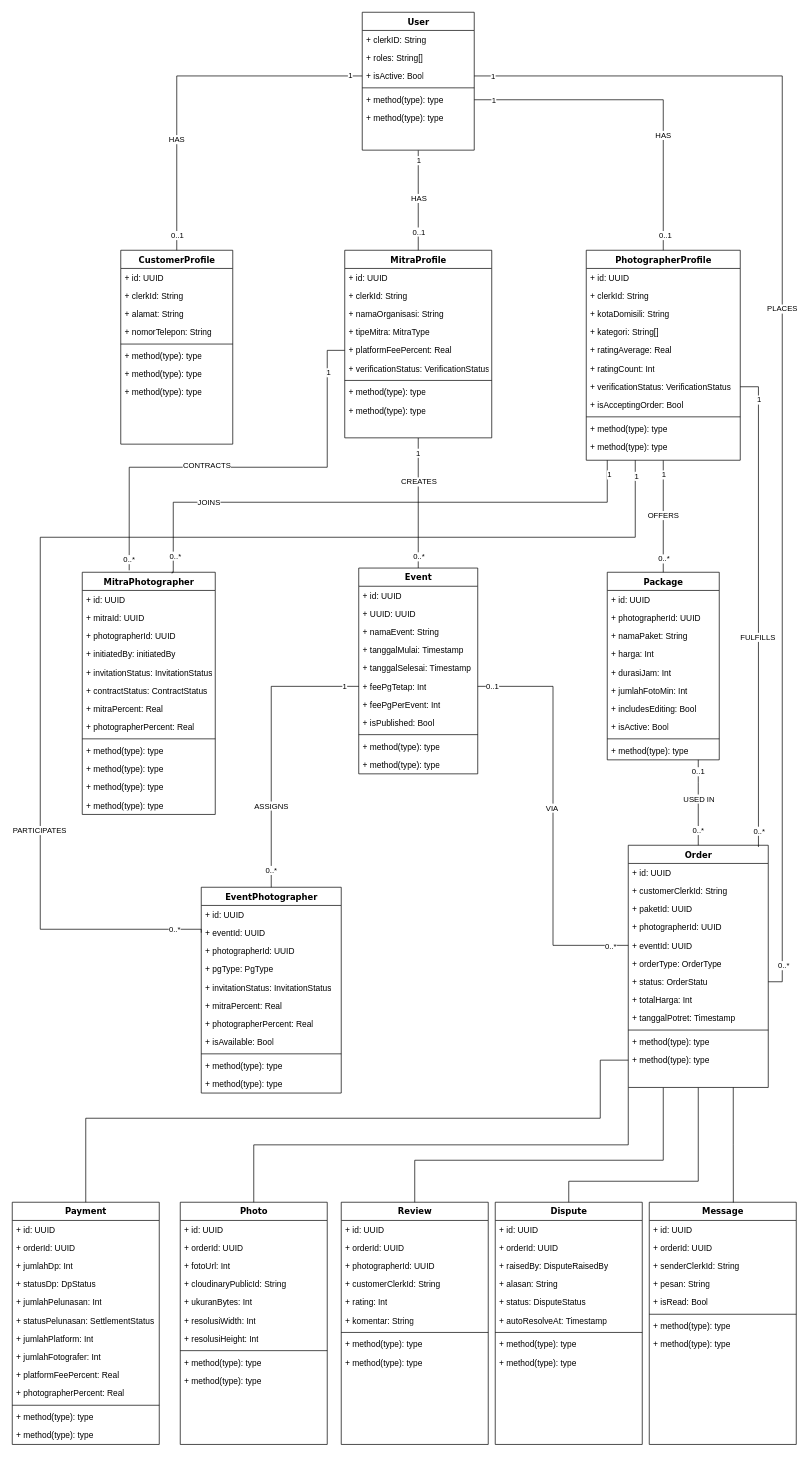
Earlier version of the draw.io diagram ERD FRAMIC.drawio (dhendisyafaa/framic). Source tidied: cells renumbered, new cells numbered last; positions are measured from the earlier drawing's top-left corner, leaving out a move shared by most shapes. Both pictures are drawn from the tidied source at 70%, with x=0, y=0 at pixel (12, 12).
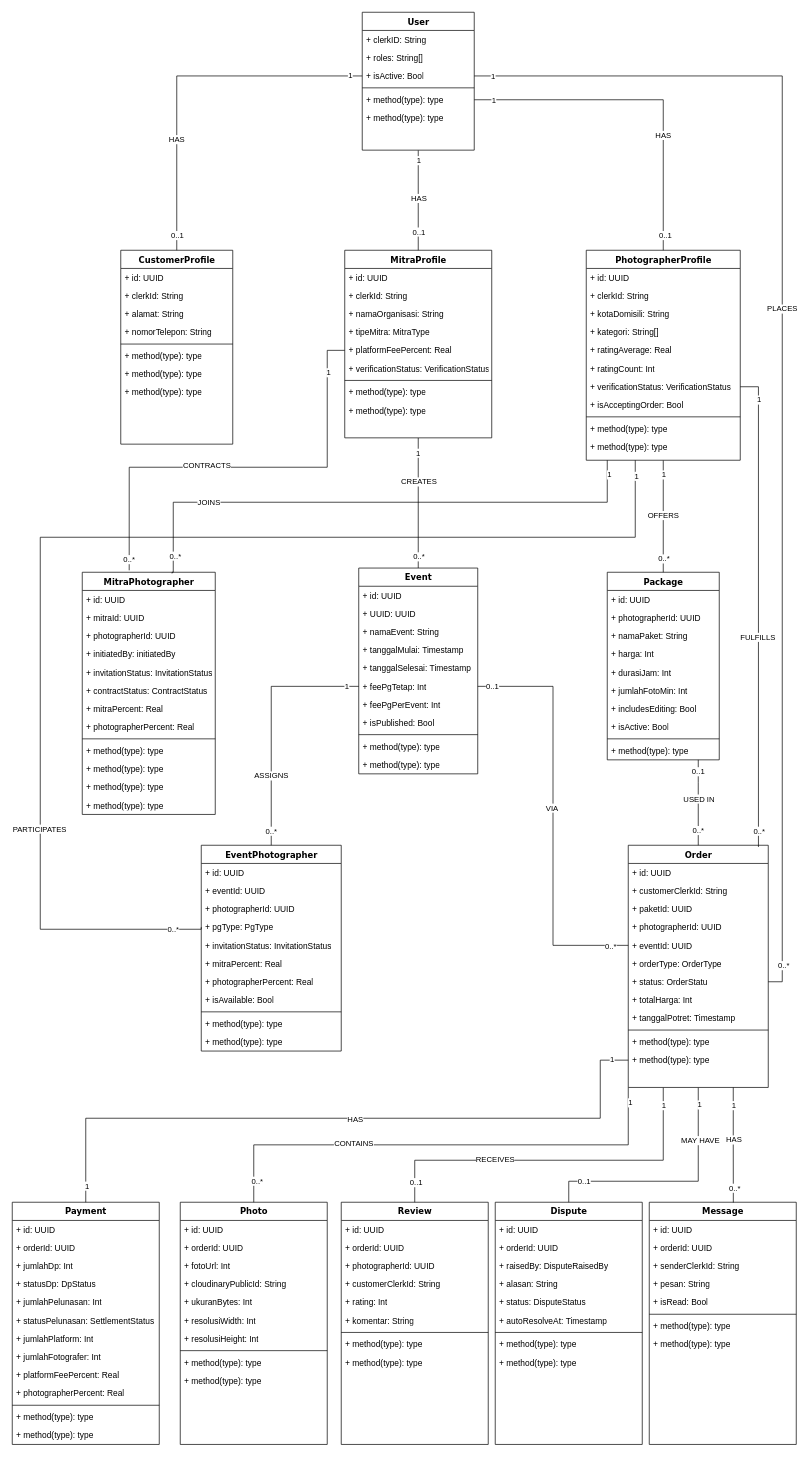
After the change.

Unchanged cells that the change refers to:
```xml
<mxCell id="90" value="+&amp;nbsp;&lt;span class=&quot;nodeLabel markdown-node-label&quot; style=&quot;&quot;&gt;eventId&lt;/span&gt;:&amp;nbsp;UUID" style="text;html=1;strokeColor=none;fillColor=none;align=left;verticalAlign=top;spacingLeft=4;spacingRight=4;whiteSpace=wrap;overflow=hidden;points=[[0,0.5],[1,0.5]];portConstraint=eastwest;" parent="88" vertex="1">
  <mxGeometry y="52" width="200" height="26" as="geometry" />
</mxCell>
<mxCell id="92" value="+&amp;nbsp;&lt;span class=&quot;nodeLabel markdown-node-label&quot; style=&quot;&quot;&gt;pgType&lt;/span&gt;:&amp;nbsp;&lt;span class=&quot;nodeLabel markdown-node-label&quot; style=&quot;&quot;&gt;PgType &lt;/span&gt;" style="text;html=1;strokeColor=none;fillColor=none;align=left;verticalAlign=top;spacingLeft=4;spacingRight=4;whiteSpace=wrap;overflow=hidden;points=[[0,0.5],[1,0.5]];portConstraint=eastwest;" parent="88" vertex="1">
  <mxGeometry y="104" width="200" height="26" as="geometry" />
</mxCell>
<mxCell id="100" style="edgeStyle=orthogonalEdgeStyle;rounded=0;jettySize=auto;html=1;exitX=0.5;exitY=1;exitDx=0;exitDy=0;entryX=0.5;entryY=0;entryDx=0;entryDy=0;endArrow=none;endFill=0;" parent="1" edge="1" source="103" target="151">
  <mxGeometry relative="1" as="geometry">
    <Array as="points">
      <mxPoint x="980" y="1670" />
      <mxPoint x="795" y="1670" />
    </Array>
  </mxGeometry>
</mxCell>
<mxCell id="101" style="edgeStyle=orthogonalEdgeStyle;rounded=0;jettySize=auto;html=1;exitX=0.25;exitY=1;exitDx=0;exitDy=0;entryX=0.5;entryY=0;entryDx=0;entryDy=0;endArrow=none;endFill=0;" parent="1" edge="1" source="103" target="141">
  <mxGeometry relative="1" as="geometry">
    <Array as="points">
      <mxPoint x="930" y="1640" />
      <mxPoint x="575" y="1640" />
    </Array>
  </mxGeometry>
</mxCell>
<mxCell id="102" style="edgeStyle=orthogonalEdgeStyle;rounded=0;jettySize=auto;html=1;exitX=0;exitY=1;exitDx=0;exitDy=0;entryX=0.5;entryY=0;entryDx=0;entryDy=0;endArrow=none;endFill=0;" parent="1" edge="1" source="103" target="130">
  <mxGeometry relative="1" as="geometry" />
</mxCell>
<mxCell id="206" style="edgeStyle=orthogonalEdgeStyle;rounded=0;jettySize=auto;html=1;exitX=0.75;exitY=1;exitDx=0;exitDy=0;entryX=0.572;entryY=0.001;entryDx=0;entryDy=0;entryPerimeter=0;endArrow=none;endFill=0;" parent="1" edge="1" source="103" target="161">
  <mxGeometry relative="1" as="geometry" />
</mxCell>
<mxCell id="207" style="edgeStyle=orthogonalEdgeStyle;rounded=0;jettySize=auto;html=1;exitX=0;exitY=0.5;exitDx=0;exitDy=0;entryX=0.5;entryY=0;entryDx=0;entryDy=0;endArrow=none;endFill=0;" parent="1" edge="1" source="115" target="116">
  <mxGeometry relative="1" as="geometry">
    <Array as="points">
      <mxPoint x="840" y="1497" />
      <mxPoint x="840" y="1580" />
      <mxPoint x="105" y="1580" />
    </Array>
  </mxGeometry>
</mxCell>
```

Diff of the diagram source:
```diff
@@
     <mxCell id="88" value="&lt;span class=&quot;nodeLabel markdown-node-label&quot; style=&quot;&quot;&gt;EventPhotographer&lt;/span&gt;" style="swimlane;html=1;fontStyle=1;align=center;verticalAlign=top;horizontal=1;startSize=26;swimlaneFillColor=#ffffff;rounded=0;shadow=0;comic=0;labelBackgroundColor=none;strokeWidth=1;fillColor=none;fontFamily=Verdana;fontSize=12;" parent="1" vertex="1">
-      <mxGeometry x="270" y="1250" width="200" height="294" as="geometry" />
+      <mxGeometry x="270" y="1190" width="200" height="294" as="geometry" />
     </mxCell>
@@
+    <mxCell id="212" value="MAY HAVE" style="edgeLabel;html=1;align=center;verticalAlign=middle;fontFamily=Helvetica;fontSize=11;fontColor=default;labelBackgroundColor=default;" parent="100" vertex="1">
+      <mxGeometry x="-0.57" y="2" relative="1" as="geometry" />
+    </mxCell>
+    <mxCell id="213" value="1" style="edgeLabel;html=1;align=center;verticalAlign=middle;fontFamily=Helvetica;fontSize=11;fontColor=default;labelBackgroundColor=default;" parent="100" vertex="1">
+      <mxGeometry x="-0.86" y="1" relative="1" as="geometry" />
+    </mxCell>
+    <mxCell id="214" value="0..1" style="edgeLabel;html=1;align=center;verticalAlign=middle;fontFamily=Helvetica;fontSize=11;fontColor=default;labelBackgroundColor=default;" parent="100" vertex="1">
+      <mxGeometry x="0.71" y="-1" relative="1" as="geometry" />
+    </mxCell>
@@
+    <mxCell id="215" value="1" style="edgeLabel;html=1;align=center;verticalAlign=middle;fontFamily=Helvetica;fontSize=11;fontColor=default;labelBackgroundColor=default;" parent="101" vertex="1">
+      <mxGeometry x="-0.9" y="-1" relative="1" as="geometry">
+        <mxPoint x="1" y="-1" as="offset" />
+      </mxGeometry>
+    </mxCell>
+    <mxCell id="216" value="0..1" style="edgeLabel;html=1;align=center;verticalAlign=middle;fontFamily=Helvetica;fontSize=11;fontColor=default;labelBackgroundColor=default;" parent="101" vertex="1">
+      <mxGeometry x="0.89" y="1" relative="1" as="geometry" />
+    </mxCell>
+    <mxCell id="217" value="RECEIVES" style="edgeLabel;html=1;align=center;verticalAlign=middle;fontFamily=Helvetica;fontSize=11;fontColor=default;labelBackgroundColor=default;" parent="101" vertex="1">
+      <mxGeometry x="0.33" y="-2" relative="1" as="geometry" />
+    </mxCell>
@@
+    <mxCell id="218" value="1" style="edgeLabel;html=1;align=center;verticalAlign=middle;fontFamily=Helvetica;fontSize=11;fontColor=default;labelBackgroundColor=default;" parent="102" vertex="1">
+      <mxGeometry x="-0.94" y="2" relative="1" as="geometry" />
+    </mxCell>
+    <mxCell id="219" value="0..*" style="edgeLabel;html=1;align=center;verticalAlign=middle;fontFamily=Helvetica;fontSize=11;fontColor=default;labelBackgroundColor=default;" parent="102" vertex="1">
+      <mxGeometry x="0.91" y="4" relative="1" as="geometry" />
+    </mxCell>
+    <mxCell id="220" value="CONTAINS" style="edgeLabel;html=1;align=center;verticalAlign=middle;fontFamily=Helvetica;fontSize=11;fontColor=default;labelBackgroundColor=default;" parent="102" vertex="1">
+      <mxGeometry x="0.36" y="-3" relative="1" as="geometry" />
+    </mxCell>
@@
-    <mxCell id="190" style="edgeStyle=orthogonalEdgeStyle;rounded=0;jettySize=auto;html=1;endArrow=none;endFill=0;entryX=0;entryY=0.5;entryDx=0;entryDy=0;" parent="1" edge="1" target="90">
+    <mxCell id="190" style="edgeStyle=orthogonalEdgeStyle;rounded=0;jettySize=auto;html=1;endArrow=none;endFill=0;entryX=0;entryY=0.5;entryDx=0;entryDy=0;" parent="1" edge="1" target="92">
       <mxGeometry relative="1" as="geometry">
         <mxPoint x="890" y="640" as="sourcePoint" />
         <Array as="points">
-          <mxPoint x="890" y="640" />
           <mxPoint x="890" y="750" />
           <mxPoint x="40" y="750" />
           <mxPoint x="40" y="1310" />
           <mxPoint x="270" y="1310" />
         </Array>
       </mxGeometry>
     </mxCell>
@@
+    <mxCell id="221" value="1" style="edgeLabel;html=1;align=center;verticalAlign=middle;fontFamily=Helvetica;fontSize=11;fontColor=default;labelBackgroundColor=default;" parent="206" vertex="1">
+      <mxGeometry x="-0.7" relative="1" as="geometry" />
+    </mxCell>
+    <mxCell id="222" value="0..*" style="edgeLabel;html=1;align=center;verticalAlign=middle;fontFamily=Helvetica;fontSize=11;fontColor=default;labelBackgroundColor=default;" parent="206" vertex="1">
+      <mxGeometry x="0.75" y="1" relative="1" as="geometry" />
+    </mxCell>
+    <mxCell id="223" value="HAS" style="edgeLabel;html=1;align=center;verticalAlign=middle;fontFamily=Helvetica;fontSize=11;fontColor=default;labelBackgroundColor=default;" parent="206" vertex="1">
+      <mxGeometry x="-0.02" relative="1" as="geometry">
+        <mxPoint y="-7" as="offset" />
+      </mxGeometry>
+    </mxCell>
@@
+    <mxCell id="224" value="1" style="edgeLabel;html=1;align=center;verticalAlign=middle;fontFamily=Helvetica;fontSize=11;fontColor=default;labelBackgroundColor=default;" parent="207" vertex="1">
+      <mxGeometry x="-0.95" y="-2" relative="1" as="geometry" />
+    </mxCell>
+    <mxCell id="225" value="1" style="edgeLabel;html=1;align=center;verticalAlign=middle;fontFamily=Helvetica;fontSize=11;fontColor=default;labelBackgroundColor=default;" parent="207" vertex="1">
+      <mxGeometry x="0.95" y="1" relative="1" as="geometry" />
+    </mxCell>
+    <mxCell id="226" value="HAS" style="edgeLabel;html=1;align=center;verticalAlign=middle;fontFamily=Helvetica;fontSize=11;fontColor=default;labelBackgroundColor=default;" parent="207" vertex="1">
+      <mxGeometry x="-0.03" y="1" relative="1" as="geometry" />
+    </mxCell>
```
